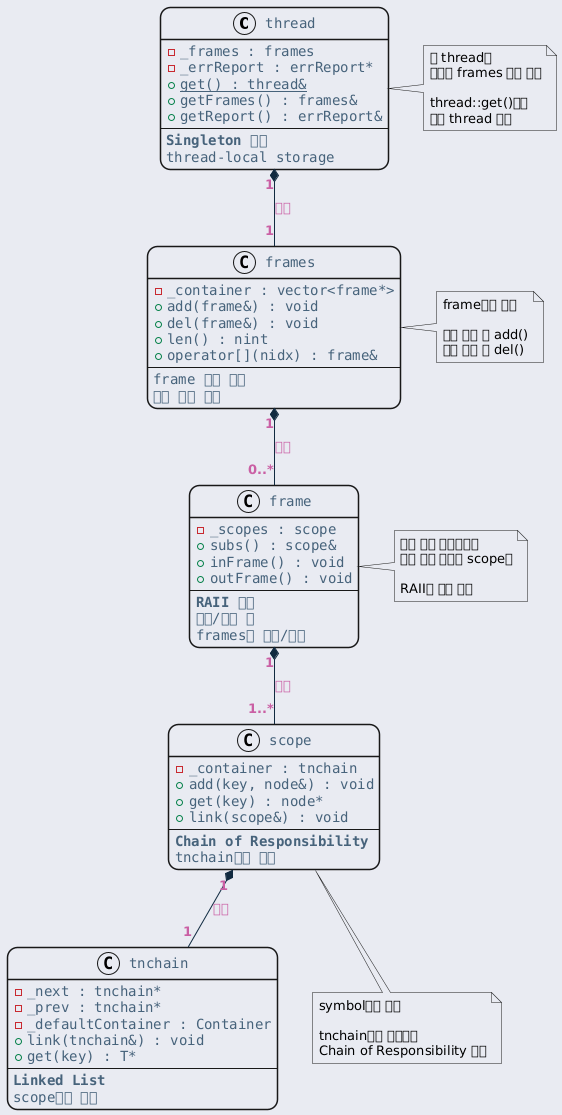
Above: ref/generated/ko/inline_umlgraph_29.png in byeolang/website (PlantUML), before the change.
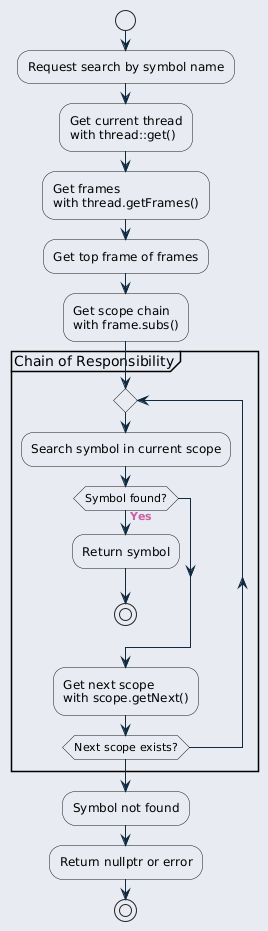
The same file after the commit.

Change to the diagram source:
```diff
@@ -23,91 +23,35 @@
     }
 }
 </style>
-class thread {
-    - _frames : frames
-    - _errReport : errReport*
-    + {static} get() : thread&
-    + getFrames() : frames&
-    + getReport() : errReport&
-    --
-    <b>Singleton 패턴</b>
-    thread-local storage
+start
+
+:Request search by symbol name;
+
+:Get current thread\nwith thread::get();
+
+:Get frames\nwith thread.getFrames();
+
+:Get top frame of frames;
+
+:Get scope chain\nwith frame.subs();
+
+partition "Chain of Responsibility" {
+    repeat
+        :Search symbol in current scope;
+
+        if (Symbol found?) then (Yes)
+            :Return symbol;
+            stop
+        endif
+
+        :Get next scope\nwith scope.getNext();
+
+    repeat while (Next scope exists?)
 }
 
-class frames {
-    - _container : vector<frame*>
-    + add(frame&) : void
-    + del(frame&) : void
-    + len() : nint
-    + operator[](nidx) : frame&
-    --
-    frame 스택 관리
-    함수 호출 추적
-}
+:Symbol not found;
 
-class frame {
-    - _scopes : scope
-    + subs() : scope&
-    + inFrame() : void
-    + outFrame() : void
-    --
-    <b>RAII 패턴</b>
-    생성/소멸 시
-    frames에 등록/해제
-}
+:Return nullptr or error;
 
-class scope {
-    - _container : tnchain
-    + add(key, node&) : void
-    + get(key) : node*
-    + link(scope&) : void
-    --
-    <b>Chain of Responsibility</b>
-    tnchain으로 연결
-}
-
-class tnchain {
-    - _next : tnchain*
-    - _prev : tnchain*
-    - _defaultContainer : Container
-    + link(tnchain&) : void
-    + get(key) : T*
-    --
-    <b>Linked List</b>
-    scope들을 연결
-}
-
-thread "1" *-- "1" frames : 소유
-frames "1" *-- "0..*" frame : 관리
-frame "1" *-- "1..*" scope : 통합
-scope "1" *-- "1" tnchain : 기반
-
-note right of thread
-  각 thread는
-  독립된 frames 스택 소유
-
-  thread::get()으로
-  현재 thread 접근
-end note
-
-note right of frames
-  frame들의 스택
-
-  함수 호출 시 add()
-  함수 종료 시 del()
-end note
-
-note right of frame
-  현재 실행 컨텍스트의
-  모든 접근 가능한 scope들
-
-  RAII로 자동 관리
-end note
-
-note bottom of scope
-  symbol들을 저장
-
-  tnchain으로 연결되어
-  Chain of Responsibility 구현
-end note
+stop
 @enduml
```
